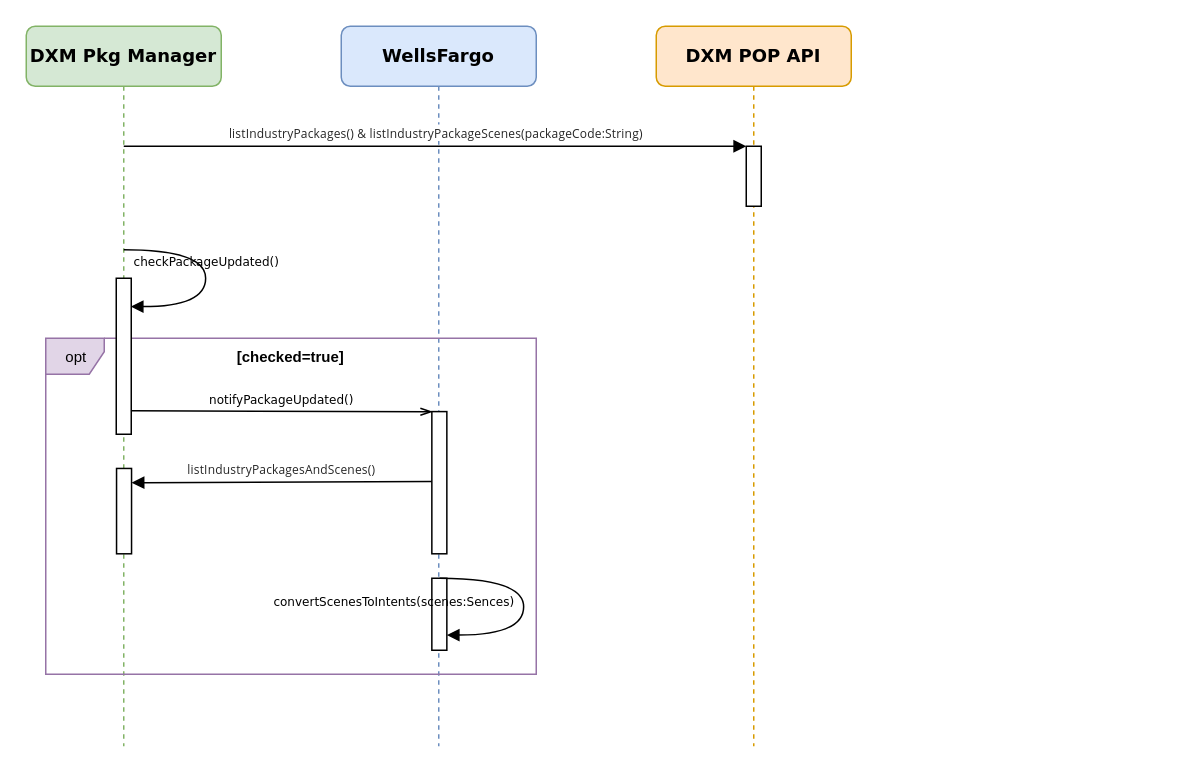
The draw.io diagram leyan/dxm/Sequence Diagram 1.drawio in GeekKwok/UML, before the edit. Source tidied: cells renumbered, new cells numbered last; positions are measured from the earlier drawing's top-left corner, leaving out a move shared by most shapes. Both pictures are drawn from the tidied source at 150%, with x=0, y=0 at pixel (26, 26).
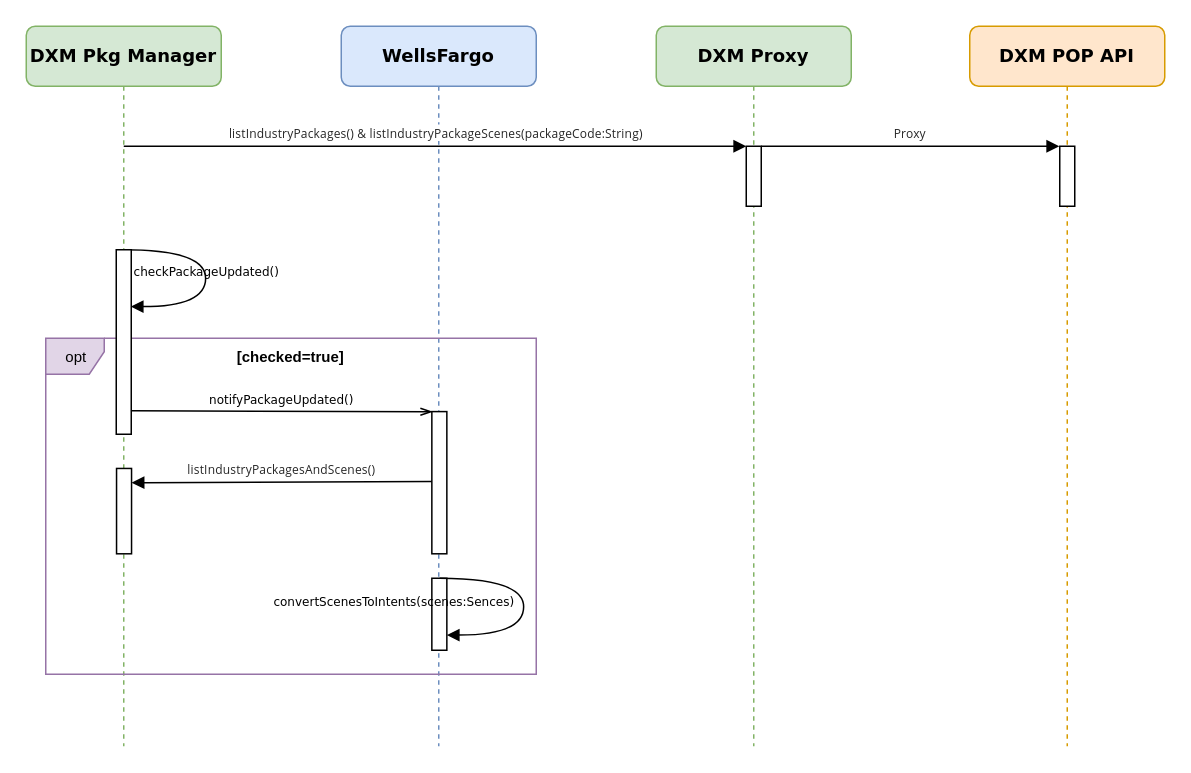
After the change.

What changed in the source:
```diff
@@
-    <mxCell id="11" value="&lt;b&gt;DXM POP API&lt;/b&gt;" style="shape=umlLifeline;perimeter=lifelinePerimeter;whiteSpace=wrap;html=1;rounded=1;shadow=0;comic=0;labelBackgroundColor=none;strokeWidth=1;fontFamily=Verdana;fontSize=12;align=center;fillColor=#ffe6cc;strokeColor=#d79b00;" parent="1" vertex="1">
+    <mxCell id="11" value="&lt;b&gt;DXM Proxy&lt;/b&gt;" style="shape=umlLifeline;perimeter=lifelinePerimeter;whiteSpace=wrap;html=1;rounded=1;shadow=0;comic=0;labelBackgroundColor=none;strokeWidth=1;fontFamily=Verdana;fontSize=12;align=center;fillColor=#d5e8d4;strokeColor=#82b366;" parent="1" vertex="1">
       <mxGeometry x="420" width="130" height="480" as="geometry" />
     </mxCell>
@@
     <mxCell id="14" value="&lt;font style=&quot;font-size: 8px&quot;&gt;checkPackageUpdated()&lt;/font&gt;" style="html=1;verticalAlign=bottom;endArrow=block;labelBackgroundColor=none;fontFamily=Verdana;fontSize=12;elbow=vertical;edgeStyle=orthogonalEdgeStyle;curved=1;entryX=1;entryY=0.286;entryPerimeter=0;exitX=1.038;exitY=0.345;exitPerimeter=0;" parent="1" edge="1">
-      <mxGeometry relative="1" as="geometry">
+      <mxGeometry x="0.1" relative="1" as="geometry">
         <mxPoint x="65" y="149" as="sourcePoint" />
         <mxPoint x="69.6" y="186.9" as="targetPoint" />
         <Array as="points">
           <mxPoint x="119.6" y="148.9" />
           <mxPoint x="119.6" y="186.9" />
         </Array>
       </mxGeometry>
     </mxCell>
     <mxCell id="15" style="html=1;perimeter=orthogonalPerimeter;rounded=0;shadow=0;comic=0;labelBackgroundColor=none;strokeWidth=1;fontFamily=Verdana;fontSize=12;align=center;" parent="1" vertex="1">
-      <mxGeometry x="60" y="168" width="10" height="104" as="geometry" />
+      <mxGeometry x="60" y="149" width="10" height="123" as="geometry" />
     </mxCell>
@@
+    <mxCell id="17" value="&lt;b&gt;DXM POP API&lt;/b&gt;" style="shape=umlLifeline;perimeter=lifelinePerimeter;whiteSpace=wrap;html=1;rounded=1;shadow=0;comic=0;labelBackgroundColor=none;strokeWidth=1;fontFamily=Verdana;fontSize=12;align=center;fillColor=#ffe6cc;strokeColor=#d79b00;" parent="1" vertex="1">
+      <mxGeometry x="629" width="130" height="480" as="geometry" />
+    </mxCell>
+    <mxCell id="18" style="html=1;points=[];perimeter=orthogonalPerimeter;rounded=0;shadow=0;comic=0;labelBackgroundColor=none;strokeWidth=1;fontFamily=Verdana;fontSize=12;align=center;" parent="17" vertex="1">
+      <mxGeometry x="60" y="80" width="10" height="40" as="geometry" />
+    </mxCell>
+    <mxCell id="19" value="&lt;font color=&quot;#262626&quot; face=&quot;chinese quote, segoe ui, roboto, pingfang sc, hiragino sans gb, microsoft yahei, helvetica neue, helvetica, arial, sans-serif, apple color emoji&quot;&gt;&lt;span style=&quot;font-size: 8px ; letter-spacing: 0.12px ; background-color: rgb(255 , 255 , 255)&quot;&gt;Proxy&lt;/span&gt;&lt;/font&gt;" style="html=1;verticalAlign=bottom;endArrow=block;labelBackgroundColor=none;fontFamily=Verdana;fontSize=12;edgeStyle=elbowEdgeStyle;elbow=vertical;entryX=-0.033;entryY=-0.008;entryDx=0;entryDy=0;entryPerimeter=0;" parent="1" edge="1" target="18">
+      <mxGeometry relative="1" as="geometry">
+        <mxPoint x="490" y="80" as="sourcePoint" />
+      </mxGeometry>
+    </mxCell>
```
